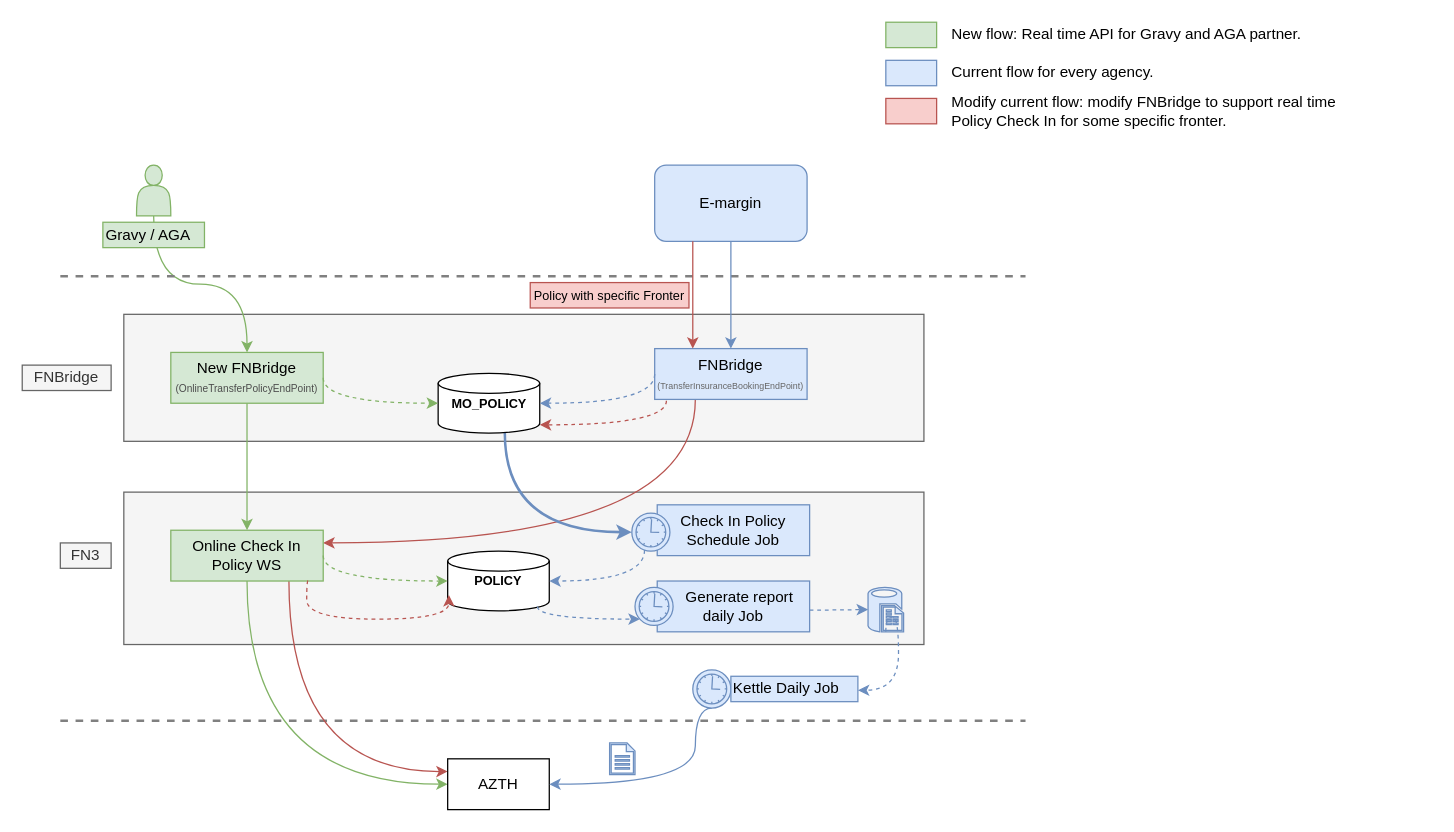
Above: AZTH-NewFNBridgeAPI.drawio in phatcharalaw/my-doc (draw.io), before the change. Source tidied: cells renumbered, new cells numbered last; positions are measured from the earlier drawing's top-left corner, leaving out a move shared by most shapes. Both pictures are drawn from the tidied source at 127%, with x=0, y=0 at pixel (22, 22).
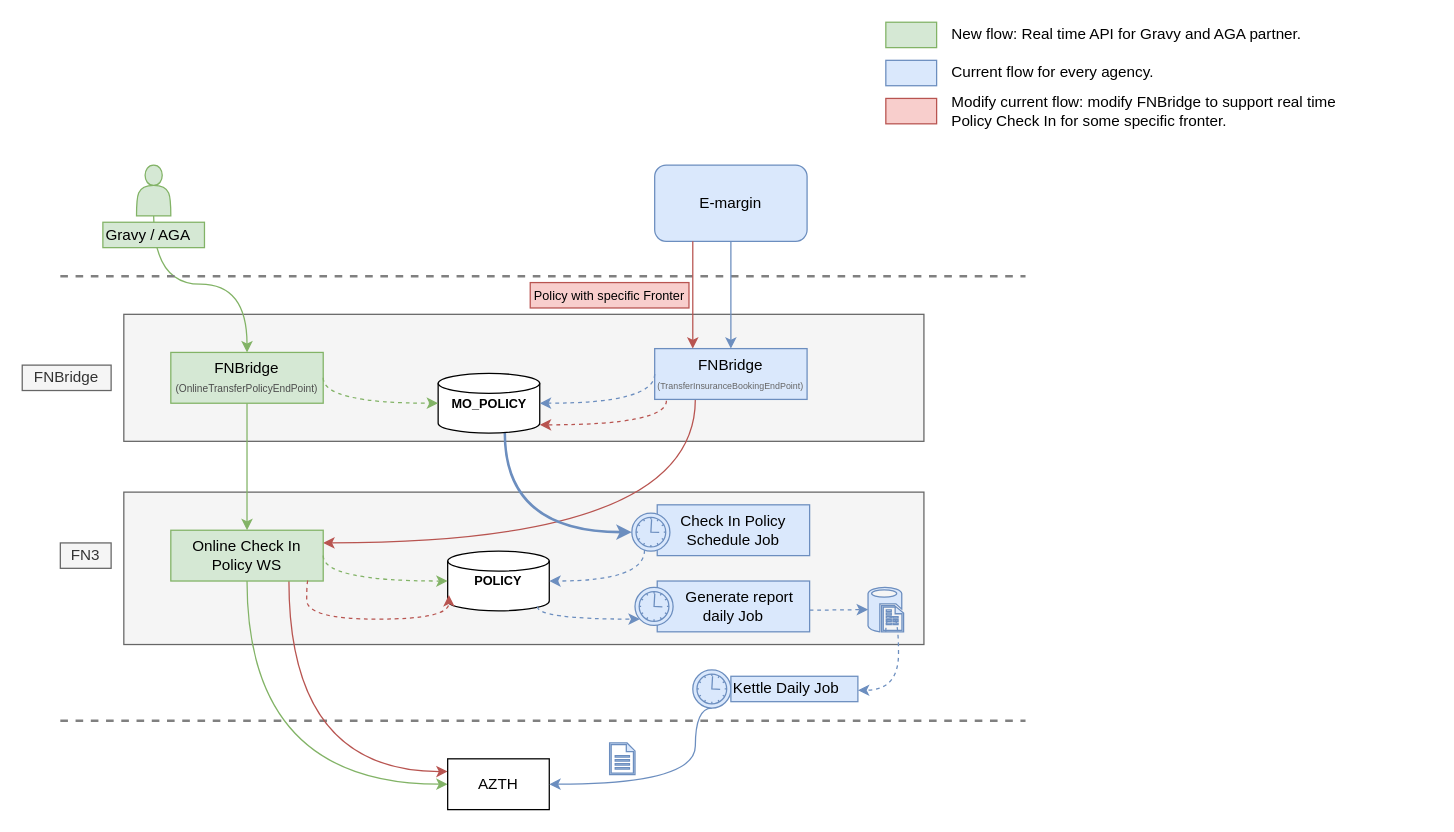
Above is the later version.

The edit, as a diff of the source:
```diff
@@
-    <mxCell id="12" value="New FNBridge&lt;br&gt;&lt;font style=&quot;font-size: 8px&quot; color=&quot;#4d4d4d&quot;&gt;(&lt;span&gt;OnlineTransferPolicyEndPoint&lt;/span&gt;&lt;span&gt;)&lt;/span&gt;&lt;/font&gt;&lt;br&gt;" style="rounded=0;whiteSpace=wrap;html=1;fillColor=#d5e8d4;strokeColor=#82b366;" parent="1" vertex="1">
+    <mxCell id="12" value="FNBridge&lt;br&gt;&lt;font style=&quot;font-size: 8px&quot; color=&quot;#4d4d4d&quot;&gt;(&lt;span&gt;OnlineTransferPolicyEndPoint&lt;/span&gt;&lt;span&gt;)&lt;/span&gt;&lt;/font&gt;&lt;br&gt;" style="rounded=0;whiteSpace=wrap;html=1;fillColor=#d5e8d4;strokeColor=#82b366;" parent="1" vertex="1">
       <mxGeometry x="117" y="260" width="120" height="40" as="geometry" />
     </mxCell>
```
